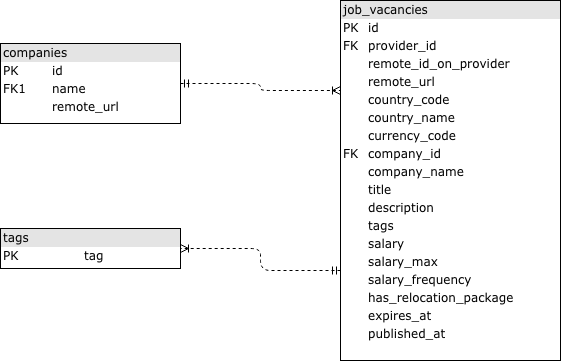
Before: images/work-around-the-world-der.png, a diagram exported from draw.io (gabfr/work-around-the-world). Source tidied: cells renumbered, new cells last; positions are measured from the earlier drawing's top-left corner, leaving out a move shared by most shapes.
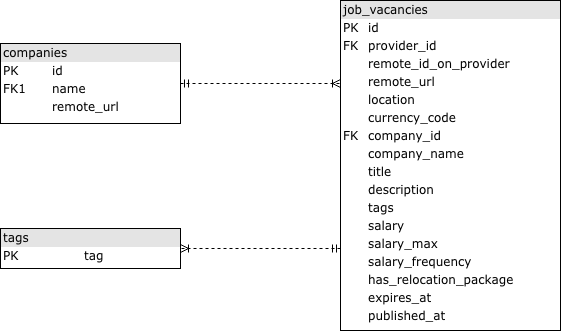
After the commit.

Commit message:
updating the DER. Now we're using a column location instead of country_*

What changed in the source:
```diff
@@ -14,8 +14,8 @@
     <mxCell id="5" value="&lt;div style=&quot;box-sizing: border-box ; width: 100% ; background: #e4e4e4 ; padding: 2px&quot;&gt;tags&lt;/div&gt;&lt;table style=&quot;width: 100% ; font-size: 1em&quot; cellpadding=&quot;2&quot; cellspacing=&quot;0&quot;&gt;&lt;tbody&gt;&lt;tr&gt;&lt;td&gt;PK&lt;/td&gt;&lt;td&gt;tag&lt;/td&gt;&lt;/tr&gt;&lt;tr&gt;&lt;td&gt;&lt;br&gt;&lt;/td&gt;&lt;td&gt;&lt;/td&gt;&lt;/tr&gt;&lt;/tbody&gt;&lt;/table&gt;" style="verticalAlign=top;align=left;overflow=fill;html=1;rounded=0;shadow=0;comic=0;labelBackgroundColor=none;strokeColor=#000000;strokeWidth=1;fillColor=#ffffff;fontFamily=Verdana;fontSize=12;fontColor=#000000;" parent="1" vertex="1">
       <mxGeometry y="228" width="180" height="40" as="geometry" />
     </mxCell>
-    <mxCell id="6" value="&lt;div style=&quot;box-sizing: border-box ; width: 100% ; background: #e4e4e4 ; padding: 2px&quot;&gt;job_vacancies&lt;/div&gt;&lt;table style=&quot;width: 100% ; font-size: 1em&quot; cellpadding=&quot;2&quot; cellspacing=&quot;0&quot;&gt;&lt;tbody&gt;&lt;tr&gt;&lt;td&gt;PK&lt;/td&gt;&lt;td&gt;id&lt;/td&gt;&lt;/tr&gt;&lt;tr&gt;&lt;td&gt;FK&lt;/td&gt;&lt;td&gt;provider_id&lt;/td&gt;&lt;/tr&gt;&lt;tr&gt;&lt;td&gt;&lt;/td&gt;&lt;td&gt;remote_id_on_provider&lt;/td&gt;&lt;/tr&gt;&lt;tr&gt;&lt;td&gt;&lt;br&gt;&lt;/td&gt;&lt;td&gt;remote_url&lt;br&gt;&lt;/td&gt;&lt;/tr&gt;&lt;tr&gt;&lt;td&gt;&lt;br&gt;&lt;/td&gt;&lt;td&gt;country_code&lt;br&gt;&lt;/td&gt;&lt;/tr&gt;&lt;tr&gt;&lt;td&gt;&lt;br&gt;&lt;/td&gt;&lt;td&gt;country_name&lt;br&gt;&lt;/td&gt;&lt;/tr&gt;&lt;tr&gt;&lt;td&gt;&lt;br&gt;&lt;/td&gt;&lt;td&gt;currency_code&lt;br&gt;&lt;/td&gt;&lt;/tr&gt;&lt;tr&gt;&lt;td&gt;FK&lt;/td&gt;&lt;td&gt;company_id&lt;br&gt;&lt;/td&gt;&lt;/tr&gt;&lt;tr&gt;&lt;td&gt;&lt;br&gt;&lt;/td&gt;&lt;td&gt;company_name&lt;/td&gt;&lt;/tr&gt;&lt;tr&gt;&lt;td&gt;&lt;br&gt;&lt;/td&gt;&lt;td&gt;title&lt;br&gt;&lt;/td&gt;&lt;/tr&gt;&lt;tr&gt;&lt;td&gt;&lt;br&gt;&lt;/td&gt;&lt;td&gt;description&lt;br&gt;&lt;/td&gt;&lt;/tr&gt;&lt;tr&gt;&lt;td&gt;&lt;/td&gt;&lt;td&gt;tags&lt;br&gt;&lt;/td&gt;&lt;/tr&gt;&lt;tr&gt;&lt;td&gt;&lt;br&gt;&lt;/td&gt;&lt;td&gt;salary&lt;br&gt;&lt;/td&gt;&lt;/tr&gt;&lt;tr&gt;&lt;td&gt;&lt;br&gt;&lt;/td&gt;&lt;td&gt;salary_max&lt;/td&gt;&lt;/tr&gt;&lt;tr&gt;&lt;td&gt;&lt;br&gt;&lt;/td&gt;&lt;td&gt;salary_frequency&lt;/td&gt;&lt;/tr&gt;&lt;tr&gt;&lt;td&gt;&lt;br&gt;&lt;/td&gt;&lt;td&gt;has_relocation_package&lt;/td&gt;&lt;/tr&gt;&lt;tr&gt;&lt;td&gt;&lt;br&gt;&lt;/td&gt;&lt;td&gt;expires_at&lt;br&gt;&lt;/td&gt;&lt;/tr&gt;&lt;tr&gt;&lt;td&gt;&lt;br&gt;&lt;/td&gt;&lt;td&gt;published_at&lt;br&gt;&lt;/td&gt;&lt;/tr&gt;&lt;tr&gt;&lt;td&gt;&lt;/td&gt;&lt;td&gt;&lt;/td&gt;&lt;/tr&gt;&lt;/tbody&gt;&lt;/table&gt;" style="verticalAlign=top;align=left;overflow=fill;html=1;rounded=0;shadow=0;comic=0;labelBackgroundColor=none;strokeColor=#000000;strokeWidth=1;fillColor=#ffffff;fontFamily=Verdana;fontSize=12;fontColor=#000000;" parent="1" vertex="1">
-      <mxGeometry x="340" width="220" height="360" as="geometry" />
+    <mxCell id="6" value="&lt;div style=&quot;box-sizing: border-box ; width: 100% ; background: #e4e4e4 ; padding: 2px&quot;&gt;job_vacancies&lt;/div&gt;&lt;table style=&quot;width: 100% ; font-size: 1em&quot; cellpadding=&quot;2&quot; cellspacing=&quot;0&quot;&gt;&lt;tbody&gt;&lt;tr&gt;&lt;td&gt;PK&lt;/td&gt;&lt;td&gt;id&lt;/td&gt;&lt;/tr&gt;&lt;tr&gt;&lt;td&gt;FK&lt;/td&gt;&lt;td&gt;provider_id&lt;/td&gt;&lt;/tr&gt;&lt;tr&gt;&lt;td&gt;&lt;/td&gt;&lt;td&gt;remote_id_on_provider&lt;/td&gt;&lt;/tr&gt;&lt;tr&gt;&lt;td&gt;&lt;br&gt;&lt;/td&gt;&lt;td&gt;remote_url&lt;br&gt;&lt;/td&gt;&lt;/tr&gt;&lt;tr&gt;&lt;td&gt;&lt;br&gt;&lt;/td&gt;&lt;td&gt;location&lt;/td&gt;&lt;/tr&gt;&lt;tr&gt;&lt;td&gt;&lt;br&gt;&lt;/td&gt;&lt;td&gt;currency_code&lt;br&gt;&lt;/td&gt;&lt;/tr&gt;&lt;tr&gt;&lt;td&gt;FK&lt;/td&gt;&lt;td&gt;company_id&lt;br&gt;&lt;/td&gt;&lt;/tr&gt;&lt;tr&gt;&lt;td&gt;&lt;br&gt;&lt;/td&gt;&lt;td&gt;company_name&lt;/td&gt;&lt;/tr&gt;&lt;tr&gt;&lt;td&gt;&lt;br&gt;&lt;/td&gt;&lt;td&gt;title&lt;br&gt;&lt;/td&gt;&lt;/tr&gt;&lt;tr&gt;&lt;td&gt;&lt;br&gt;&lt;/td&gt;&lt;td&gt;description&lt;br&gt;&lt;/td&gt;&lt;/tr&gt;&lt;tr&gt;&lt;td&gt;&lt;/td&gt;&lt;td&gt;tags&lt;br&gt;&lt;/td&gt;&lt;/tr&gt;&lt;tr&gt;&lt;td&gt;&lt;br&gt;&lt;/td&gt;&lt;td&gt;salary&lt;br&gt;&lt;/td&gt;&lt;/tr&gt;&lt;tr&gt;&lt;td&gt;&lt;br&gt;&lt;/td&gt;&lt;td&gt;salary_max&lt;/td&gt;&lt;/tr&gt;&lt;tr&gt;&lt;td&gt;&lt;br&gt;&lt;/td&gt;&lt;td&gt;salary_frequency&lt;/td&gt;&lt;/tr&gt;&lt;tr&gt;&lt;td&gt;&lt;br&gt;&lt;/td&gt;&lt;td&gt;has_relocation_package&lt;/td&gt;&lt;/tr&gt;&lt;tr&gt;&lt;td&gt;&lt;br&gt;&lt;/td&gt;&lt;td&gt;expires_at&lt;br&gt;&lt;/td&gt;&lt;/tr&gt;&lt;tr&gt;&lt;td&gt;&lt;br&gt;&lt;/td&gt;&lt;td&gt;published_at&lt;br&gt;&lt;/td&gt;&lt;/tr&gt;&lt;tr&gt;&lt;td&gt;&lt;/td&gt;&lt;td&gt;&lt;/td&gt;&lt;/tr&gt;&lt;/tbody&gt;&lt;/table&gt;" style="verticalAlign=top;align=left;overflow=fill;html=1;rounded=0;shadow=0;comic=0;labelBackgroundColor=none;strokeColor=#000000;strokeWidth=1;fillColor=#ffffff;fontFamily=Verdana;fontSize=12;fontColor=#000000;" parent="1" vertex="1">
+      <mxGeometry x="340" width="220" height="330" as="geometry" />
     </mxCell>
   </root>
 </mxGraphModel>
```
